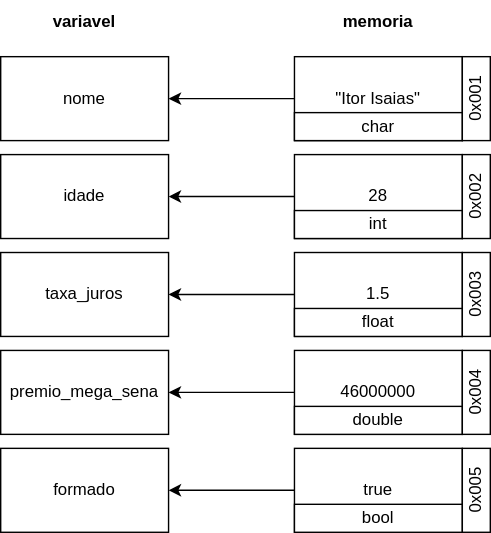
The draw.io diagram slides/img/var_const_dados.drawio.svg in itorisaias/Fatectq-linguagem-de-programacao, before a commit. Source tidied: cells renumbered, new cells last; positions are measured from the earlier drawing's top-left corner, leaving out a move shared by most shapes.
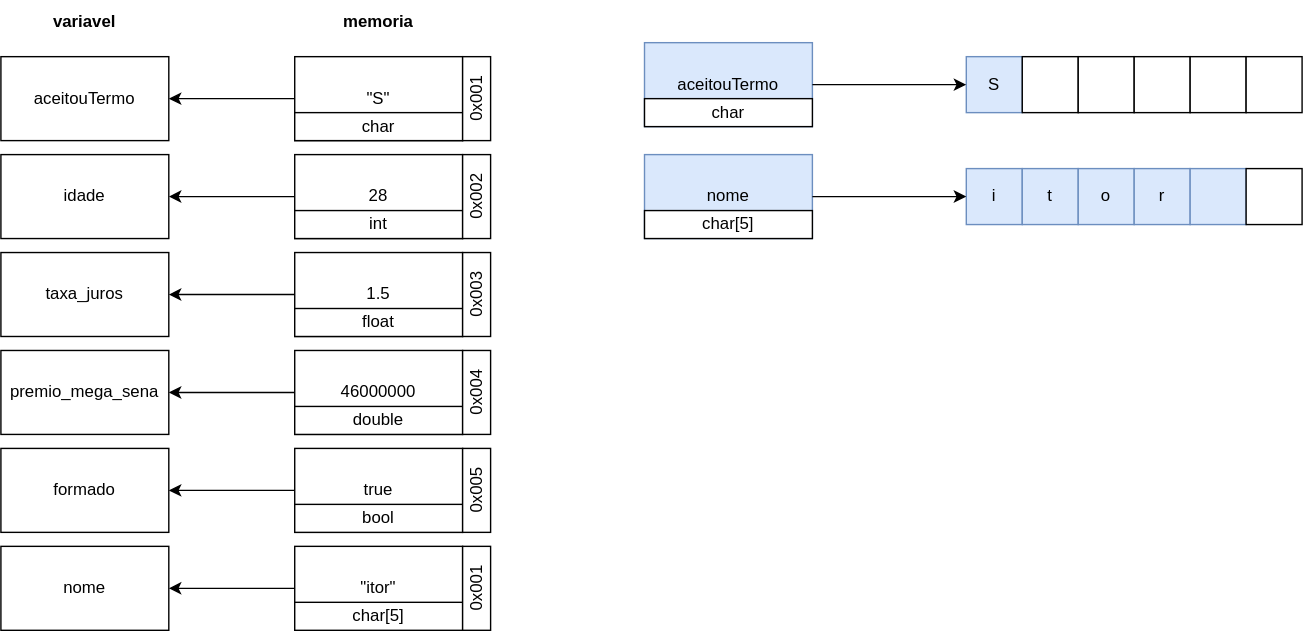
The same diagram one commit later.

What changed in the source:
```diff
@@ -2,13 +2,13 @@
   <root>
     <mxCell id="0" />
     <mxCell id="1" parent="0" />
-    <mxCell id="2" value="nome" style="rounded=0;whiteSpace=wrap;html=1;" parent="1" vertex="1">
+    <mxCell id="2" value="aceitouTermo" style="rounded=0;whiteSpace=wrap;html=1;" parent="1" vertex="1">
       <mxGeometry y="40" width="120" height="60" as="geometry" />
     </mxCell>
     <mxCell id="3" style="edgeStyle=none;html=1;entryX=1;entryY=0.5;entryDx=0;entryDy=0;" parent="1" edge="1" source="4" target="2">
       <mxGeometry relative="1" as="geometry" />
     </mxCell>
-    <mxCell id="4" value="&quot;Itor Isaias&quot;" style="rounded=0;whiteSpace=wrap;html=1;" parent="1" vertex="1">
+    <mxCell id="4" value="&quot;S&quot;" style="rounded=0;whiteSpace=wrap;html=1;" parent="1" vertex="1">
       <mxGeometry x="210" y="40" width="120" height="60" as="geometry" />
     </mxCell>
     <mxCell id="5" value="variavel" style="text;html=1;strokeColor=none;fillColor=none;align=center;verticalAlign=middle;whiteSpace=wrap;rounded=0;fontStyle=1;" parent="1" vertex="1">
@@ -83,5 +83,74 @@
     <mxCell id="28" value="0x005" style="rounded=0;whiteSpace=wrap;html=1;horizontal=0;" parent="1" vertex="1">
       <mxGeometry x="330" y="320" width="20" height="60" as="geometry" />
     </mxCell>
+    <mxCell id="29" value="nome" style="rounded=0;whiteSpace=wrap;html=1;" parent="1" vertex="1">
+      <mxGeometry y="390" width="120" height="60" as="geometry" />
+    </mxCell>
+    <mxCell id="30" style="edgeStyle=none;html=1;entryX=1;entryY=0.5;entryDx=0;entryDy=0;" parent="1" edge="1" source="31" target="29">
+      <mxGeometry relative="1" as="geometry" />
+    </mxCell>
+    <mxCell id="31" value="&quot;itor&quot;" style="rounded=0;whiteSpace=wrap;html=1;" parent="1" vertex="1">
+      <mxGeometry x="210" y="390" width="120" height="60" as="geometry" />
+    </mxCell>
+    <mxCell id="32" value="char[5]" style="rounded=0;whiteSpace=wrap;html=1;" parent="1" vertex="1">
+      <mxGeometry x="210" y="430" width="120" height="20" as="geometry" />
+    </mxCell>
+    <mxCell id="33" value="0x001" style="rounded=0;whiteSpace=wrap;html=1;horizontal=0;" parent="1" vertex="1">
+      <mxGeometry x="330" y="390" width="20" height="60" as="geometry" />
+    </mxCell>
+    <mxCell id="34" value="aceitouTermo" style="rounded=0;whiteSpace=wrap;html=1;fillColor=#dae8fc;strokeColor=#6c8ebf;" parent="1" vertex="1">
+      <mxGeometry x="460" y="30" width="120" height="60" as="geometry" />
+    </mxCell>
+    <mxCell id="35" value="char" style="rounded=0;whiteSpace=wrap;html=1;" parent="1" vertex="1">
+      <mxGeometry x="460" y="70" width="120" height="20" as="geometry" />
+    </mxCell>
+    <mxCell id="36" value="S" style="rounded=0;whiteSpace=wrap;html=1;fillColor=#dae8fc;strokeColor=#6c8ebf;" parent="1" vertex="1">
+      <mxGeometry x="690" y="40" width="40" height="40" as="geometry" />
+    </mxCell>
+    <mxCell id="37" style="rounded=0;whiteSpace=wrap;html=1;" parent="1" vertex="1">
+      <mxGeometry x="730" y="40" width="40" height="40" as="geometry" />
+    </mxCell>
+    <mxCell id="38" style="rounded=0;whiteSpace=wrap;html=1;" parent="1" vertex="1">
+      <mxGeometry x="770" y="40" width="40" height="40" as="geometry" />
+    </mxCell>
+    <mxCell id="39" style="rounded=0;whiteSpace=wrap;html=1;" parent="1" vertex="1">
+      <mxGeometry x="810" y="40" width="40" height="40" as="geometry" />
+    </mxCell>
+    <mxCell id="40" style="rounded=0;whiteSpace=wrap;html=1;" parent="1" vertex="1">
+      <mxGeometry x="850" y="40" width="40" height="40" as="geometry" />
+    </mxCell>
+    <mxCell id="41" style="endArrow=classic;html=1;exitX=1;exitY=0.5;exitDx=0;exitDy=0;" parent="1" edge="1" source="34" target="36">
+      <mxGeometry relative="1" as="geometry" />
+    </mxCell>
+    <mxCell id="42" value="nome" style="rounded=0;whiteSpace=wrap;html=1;fillColor=#dae8fc;strokeColor=#6c8ebf;" parent="1" vertex="1">
+      <mxGeometry x="460" y="110" width="120" height="60" as="geometry" />
+    </mxCell>
+    <mxCell id="43" value="char[5]" style="rounded=0;whiteSpace=wrap;html=1;" parent="1" vertex="1">
+      <mxGeometry x="460" y="150" width="120" height="20" as="geometry" />
+    </mxCell>
+    <mxCell id="44" value="i" style="rounded=0;whiteSpace=wrap;html=1;fillColor=#dae8fc;strokeColor=#6c8ebf;" parent="1" vertex="1">
+      <mxGeometry x="690" y="120" width="40" height="40" as="geometry" />
+    </mxCell>
+    <mxCell id="45" value="t" style="rounded=0;whiteSpace=wrap;html=1;fillColor=#dae8fc;strokeColor=#6c8ebf;" parent="1" vertex="1">
+      <mxGeometry x="730" y="120" width="40" height="40" as="geometry" />
+    </mxCell>
+    <mxCell id="46" value="o" style="rounded=0;whiteSpace=wrap;html=1;fillColor=#dae8fc;strokeColor=#6c8ebf;" parent="1" vertex="1">
+      <mxGeometry x="770" y="120" width="40" height="40" as="geometry" />
+    </mxCell>
+    <mxCell id="47" value="r" style="rounded=0;whiteSpace=wrap;html=1;fillColor=#dae8fc;strokeColor=#6c8ebf;" parent="1" vertex="1">
+      <mxGeometry x="810" y="120" width="40" height="40" as="geometry" />
+    </mxCell>
+    <mxCell id="48" style="rounded=0;whiteSpace=wrap;html=1;fillColor=#dae8fc;strokeColor=#6c8ebf;" parent="1" vertex="1">
+      <mxGeometry x="850" y="120" width="40" height="40" as="geometry" />
+    </mxCell>
+    <mxCell id="49" style="endArrow=classic;html=1;exitX=1;exitY=0.5;exitDx=0;exitDy=0;" parent="1" edge="1" source="42" target="44">
+      <mxGeometry relative="1" as="geometry" />
+    </mxCell>
+    <mxCell id="50" style="rounded=0;whiteSpace=wrap;html=1;" parent="1" vertex="1">
+      <mxGeometry x="890" y="120" width="40" height="40" as="geometry" />
+    </mxCell>
+    <mxCell id="51" style="rounded=0;whiteSpace=wrap;html=1;" parent="1" vertex="1">
+      <mxGeometry x="890" y="40" width="40" height="40" as="geometry" />
+    </mxCell>
   </root>
 </mxGraphModel>
```
